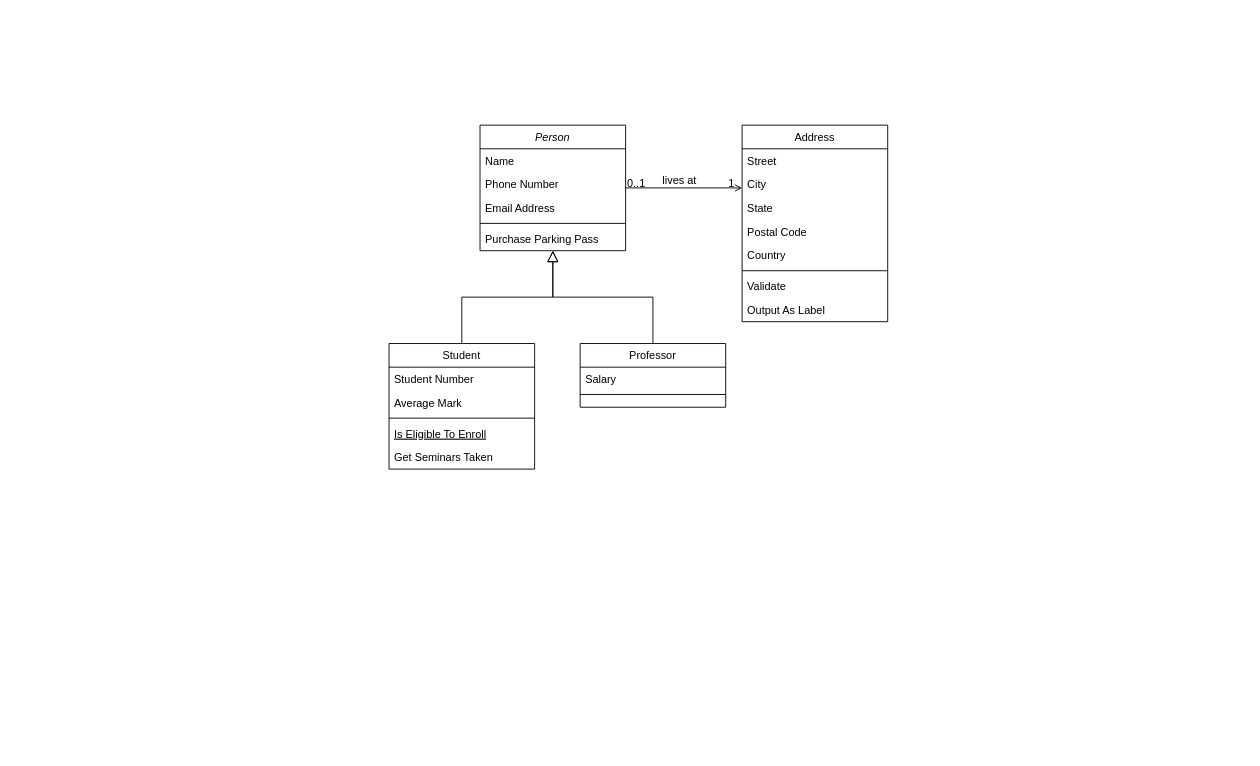
This is Untitled Diagram.drawio from miguelmm1987/miguelmm1987, a draw.io file, before an edit. Source tidied: cells renumbered, new cells numbered last; positions are measured from the earlier drawing's top-left corner, leaving out a move shared by most shapes. Both pictures are drawn from the tidied source at 91%, with x=0, y=0 at pixel (389, 125).
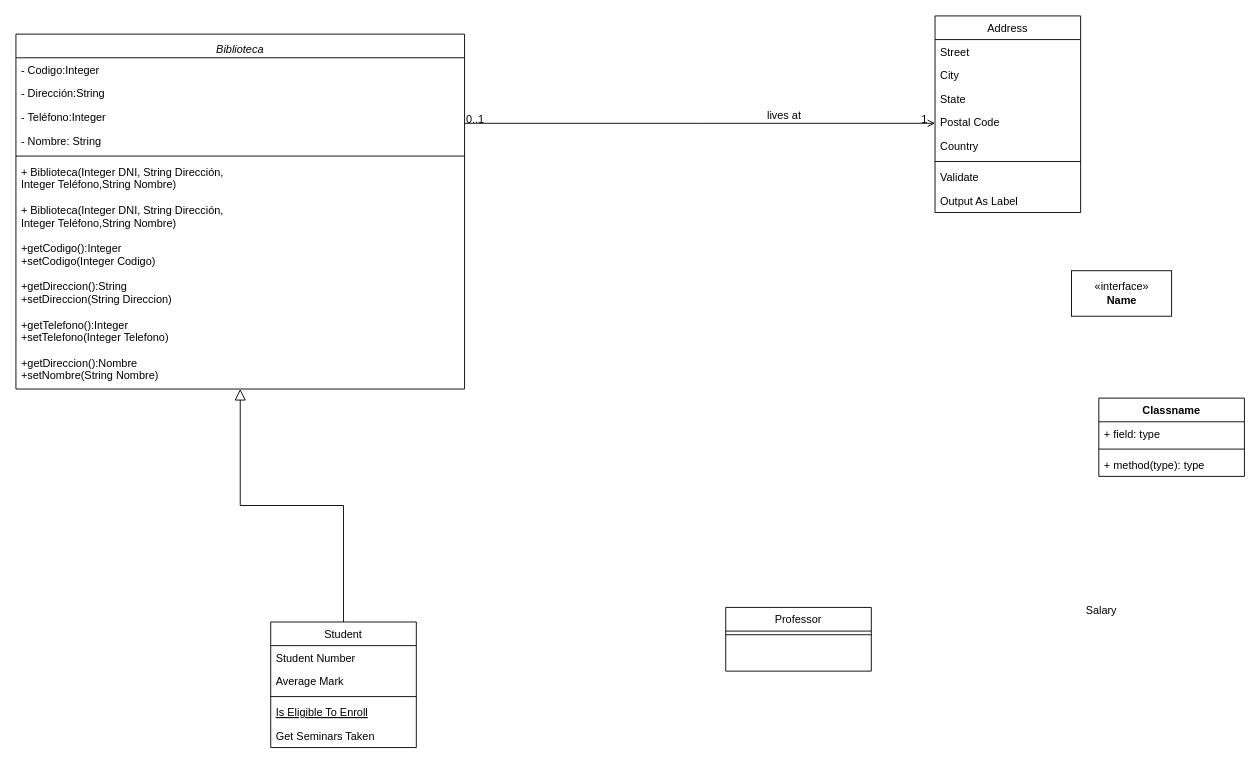
The same diagram, later.

Diff of the diagram source:
```diff
@@
-    <mxCell id="2" value="Person" style="swimlane;fontStyle=2;align=center;verticalAlign=top;horizontal=1;startSize=26;rounded=0;shadow=0;strokeWidth=1;" parent="1" vertex="1">
-      <mxGeometry x="100" width="160" height="138" as="geometry" />
+    <mxCell id="2" value="Biblioteca" style="swimlane;fontStyle=2;align=center;verticalAlign=bottom;horizontal=1;startSize=26;rounded=0;shadow=0;strokeWidth=1;" parent="1" vertex="1">
+      <mxGeometry x="-410" y="-100" width="493" height="390" as="geometry" />
     </mxCell>
-    <mxCell id="3" value="Name" style="text;align=left;verticalAlign=top;spacingLeft=4;spacingRight=4;overflow=hidden;" parent="2" vertex="1">
-      <mxGeometry y="26" width="160" height="26" as="geometry" />
+    <mxCell id="3" value="- Codigo:Integer" style="text;align=left;verticalAlign=middle;spacingLeft=4;spacingRight=4;overflow=hidden;" parent="2" vertex="1">
+      <mxGeometry y="26" width="493" height="26" as="geometry" />
     </mxCell>
-    <mxCell id="4" value="Phone Number" style="text;align=left;verticalAlign=top;spacingLeft=4;spacingRight=4;overflow=hidden;rounded=0;shadow=0;html=0;" parent="2" vertex="1">
-      <mxGeometry y="52" width="160" height="26" as="geometry" />
-    </mxCell>
-    <mxCell id="5" value="Email Address" style="text;align=left;verticalAlign=top;spacingLeft=4;spacingRight=4;overflow=hidden;rounded=0;shadow=0;html=0;" parent="2" vertex="1">
-      <mxGeometry y="78" width="160" height="26" as="geometry" />
+    <mxCell id="5" value="- Dirección:String" style="text;align=left;verticalAlign=top;spacingLeft=4;spacingRight=4;overflow=hidden;rounded=0;shadow=0;html=0;" parent="2" vertex="1">
+      <mxGeometry y="52" width="493" height="26" as="geometry" />
     </mxCell>
+    <mxCell id="32" value="- Teléfono:Integer" style="text;align=left;verticalAlign=top;spacingLeft=4;spacingRight=4;overflow=hidden;rounded=0;shadow=0;html=0;" parent="2" vertex="1">
+      <mxGeometry y="78" width="493" height="26" as="geometry" />
+    </mxCell>
+    <mxCell id="33" value="- Nombre: String" style="text;align=left;verticalAlign=top;spacingLeft=4;spacingRight=4;overflow=hidden;rounded=0;shadow=0;html=0;" parent="2" vertex="1">
+      <mxGeometry y="104" width="493" height="26" as="geometry" />
+    </mxCell>
     <mxCell id="6" style="line;html=1;strokeWidth=1;align=left;verticalAlign=middle;spacingTop=-1;spacingLeft=3;spacingRight=3;labelPosition=right;" parent="2" vertex="1">
-      <mxGeometry y="104" width="160" height="8" as="geometry" />
+      <mxGeometry y="130" width="493" height="8" as="geometry" />
     </mxCell>
-    <mxCell id="7" value="Purchase Parking Pass" style="text;align=left;verticalAlign=top;spacingLeft=4;spacingRight=4;overflow=hidden;" parent="2" vertex="1">
-      <mxGeometry y="112" width="160" height="26" as="geometry" />
-    </mxCell>
+    <mxCell id="34" value="+ Biblioteca(Integer DNI, String Dirección,&#10; Integer Teléfono,String Nombre)" style="text;align=left;verticalAlign=top;spacingLeft=4;spacingRight=4;overflow=hidden;rounded=0;shadow=0;html=0;" parent="2" vertex="1">
+      <mxGeometry y="138" width="493" height="42" as="geometry" />
+    </mxCell>
+    <mxCell id="35" value="+ Biblioteca(Integer DNI, String Dirección,&#10;Integer Teléfono,String Nombre)" style="text;align=left;verticalAlign=top;spacingLeft=4;spacingRight=4;overflow=hidden;rounded=0;shadow=0;html=0;" parent="2" vertex="1">
+      <mxGeometry y="180" width="493" height="42" as="geometry" />
+    </mxCell>
+    <mxCell id="36" value="+getCodigo():Integer&#10;+setCodigo(Integer Codigo)&#10;" style="text;align=left;verticalAlign=top;spacingLeft=4;spacingRight=4;overflow=hidden;rounded=0;shadow=0;html=0;" parent="2" vertex="1">
+      <mxGeometry y="222" width="493" height="42" as="geometry" />
+    </mxCell>
+    <mxCell id="37" value="+getDireccion():String&#10;+setDireccion(String Direccion)&#10;" style="text;align=left;verticalAlign=top;spacingLeft=4;spacingRight=4;overflow=hidden;rounded=0;shadow=0;html=0;" parent="2" vertex="1">
+      <mxGeometry y="264" width="493" height="42" as="geometry" />
+    </mxCell>
+    <mxCell id="38" value="+getTelefono():Integer&#10;+setTelefono(Integer Telefono)" style="text;align=left;verticalAlign=top;spacingLeft=4;spacingRight=4;overflow=hidden;rounded=0;shadow=0;html=0;" parent="2" vertex="1">
+      <mxGeometry y="306" width="493" height="42" as="geometry" />
+    </mxCell>
+    <mxCell id="39" value="+getDireccion():Nombre&#10;+setNombre(String Nombre)&#10;" style="text;align=left;verticalAlign=top;spacingLeft=4;spacingRight=4;overflow=hidden;rounded=0;shadow=0;html=0;" parent="2" vertex="1">
+      <mxGeometry y="348" width="493" height="42" as="geometry" />
+    </mxCell>
     <mxCell id="8" value="Student" style="swimlane;fontStyle=0;align=center;verticalAlign=top;horizontal=1;startSize=26;rounded=0;shadow=0;strokeWidth=1;" parent="1" vertex="1">
-      <mxGeometry y="240" width="160" height="138" as="geometry" />
+      <mxGeometry x="-130" y="546" width="160" height="138" as="geometry" />
     </mxCell>
@@
     <mxCell id="15" value="Professor" style="swimlane;fontStyle=0;align=center;verticalAlign=top;horizontal=1;startSize=26;rounded=0;shadow=0;strokeWidth=1;" parent="1" vertex="1">
-      <mxGeometry x="210" y="240" width="160" height="70" as="geometry" />
+      <mxGeometry x="370" y="530" width="160" height="70" as="geometry" />
     </mxCell>
-    <mxCell id="16" value="Salary" style="text;align=left;verticalAlign=top;spacingLeft=4;spacingRight=4;overflow=hidden;" parent="15" vertex="1">
-      <mxGeometry y="26" width="160" height="26" as="geometry" />
-    </mxCell>
     <mxCell id="17" style="line;html=1;strokeWidth=1;align=left;verticalAlign=middle;spacingTop=-1;spacingLeft=3;spacingRight=3;labelPosition=right;" parent="15" vertex="1">
-      <mxGeometry y="52" width="160" height="8" as="geometry" />
+      <mxGeometry y="26" width="160" height="8" as="geometry" />
     </mxCell>
-    <mxCell id="18" style="endArrow=block;endSize=10;endFill=0;shadow=0;strokeWidth=1;rounded=0;edgeStyle=elbowEdgeStyle;elbow=vertical;" parent="1" edge="1" source="15" target="2">
-      <mxGeometry relative="1" as="geometry" />
-    </mxCell>
     <mxCell id="19" value="Address" style="swimlane;fontStyle=0;align=center;verticalAlign=top;horizontal=1;startSize=26;rounded=0;shadow=0;strokeWidth=1;" parent="1" vertex="1">
-      <mxGeometry x="388" width="160" height="216" as="geometry" />
+      <mxGeometry x="600" y="-120" width="160" height="216" as="geometry" />
     </mxCell>
@@
+    <mxCell id="40" value="Classname" style="swimlane;fontStyle=1;align=center;verticalAlign=top;horizontal=1;startSize=26;" parent="1" vertex="1">
+      <mxGeometry x="780" y="300" width="160" height="86" as="geometry" />
+    </mxCell>
+    <mxCell id="41" value="+ field: type" style="text;strokeColor=none;fillColor=none;align=left;verticalAlign=top;spacingLeft=4;spacingRight=4;overflow=hidden;" parent="40" vertex="1">
+      <mxGeometry y="26" width="160" height="26" as="geometry" />
+    </mxCell>
+    <mxCell id="42" style="line;strokeWidth=1;fillColor=none;align=left;verticalAlign=middle;spacingTop=-1;spacingLeft=3;spacingRight=3;labelPosition=right;" parent="40" vertex="1">
+      <mxGeometry y="52" width="160" height="8" as="geometry" />
+    </mxCell>
+    <mxCell id="43" value="+ method(type): type" style="text;strokeColor=none;fillColor=none;align=left;verticalAlign=top;spacingLeft=4;spacingRight=4;overflow=hidden;" parent="40" vertex="1">
+      <mxGeometry y="60" width="160" height="26" as="geometry" />
+    </mxCell>
+    <mxCell id="44" value="&amp;laquo;interface&amp;raquo;&lt;br&gt;&lt;b&gt;Name&lt;/b&gt;" style="html=1;" parent="1" vertex="1">
+      <mxGeometry x="750" y="160" width="110" height="50" as="geometry" />
+    </mxCell>
+    <mxCell id="16" value="Salary" style="text;align=left;verticalAlign=top;spacingLeft=4;spacingRight=4;overflow=hidden;" parent="1" vertex="1">
+      <mxGeometry x="760" y="520" width="160" height="26" as="geometry" />
+    </mxCell>
```
